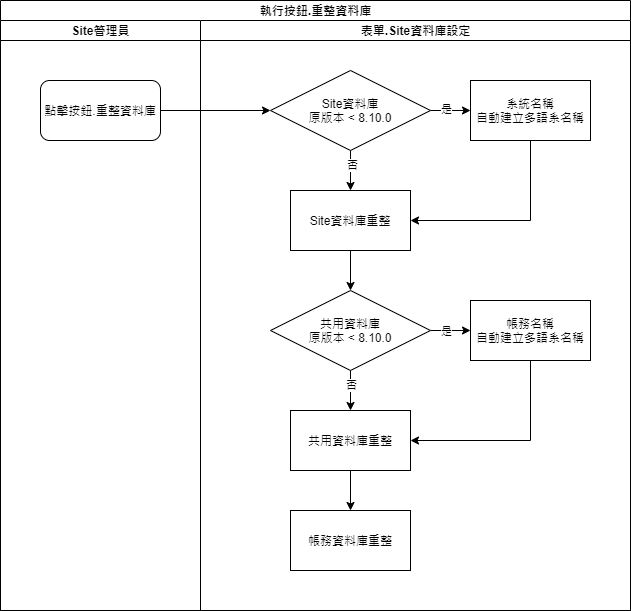
Earlier version of the draw.io export 8.10.0/UPDATE/ITEM_3/RTE/attachment/SiteDatabaseSet_RefreshDB.png (ArcareRD/sadocs). Source tidied: cells renumbered, new cells last; positions are measured from the earlier drawing's top-left corner, leaving out a move shared by most shapes.
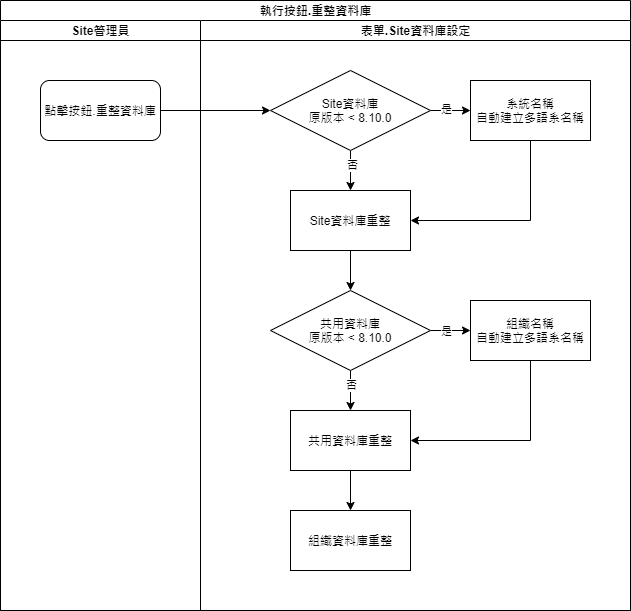
After the commit.

Diff of the diagram source:
```diff
@@ -65,13 +65,13 @@
     <mxCell id="22" value="共用資料庫重整" style="rounded=0;whiteSpace=wrap;html=1;" parent="6" vertex="1">
       <mxGeometry x="90" y="390" width="120" height="60" as="geometry" />
     </mxCell>
-    <mxCell id="23" value="帳務資料庫重整" style="rounded=0;whiteSpace=wrap;html=1;" parent="6" vertex="1">
+    <mxCell id="23" value="組織資料庫重整" style="rounded=0;whiteSpace=wrap;html=1;" parent="6" vertex="1">
       <mxGeometry x="90" y="490" width="120" height="60" as="geometry" />
     </mxCell>
     <mxCell id="24" style="edgeStyle=orthogonalEdgeStyle;rounded=0;jettySize=auto;html=1;exitX=0.5;exitY=1;exitDx=0;exitDy=0;entryX=1;entryY=0.5;entryDx=0;entryDy=0;" parent="6" edge="1" source="25" target="22">
       <mxGeometry relative="1" as="geometry" />
     </mxCell>
-    <mxCell id="25" value="&lt;span&gt;帳務名稱&lt;/span&gt;&lt;br&gt;&lt;span&gt;自動建立多語系名稱&lt;/span&gt;" style="rounded=0;whiteSpace=wrap;html=1;" parent="6" vertex="1">
+    <mxCell id="25" value="&lt;span&gt;組織名稱&lt;/span&gt;&lt;br&gt;&lt;span&gt;自動建立多語系名稱&lt;/span&gt;" style="rounded=0;whiteSpace=wrap;html=1;" parent="6" vertex="1">
       <mxGeometry x="270" y="280" width="120" height="60" as="geometry" />
     </mxCell>
     <mxCell id="26" value="&lt;span&gt;系統名稱&lt;/span&gt;&lt;br&gt;&lt;span&gt;自動建立多語系名稱&lt;/span&gt;" style="rounded=0;whiteSpace=wrap;html=1;" parent="6" vertex="1">
```
